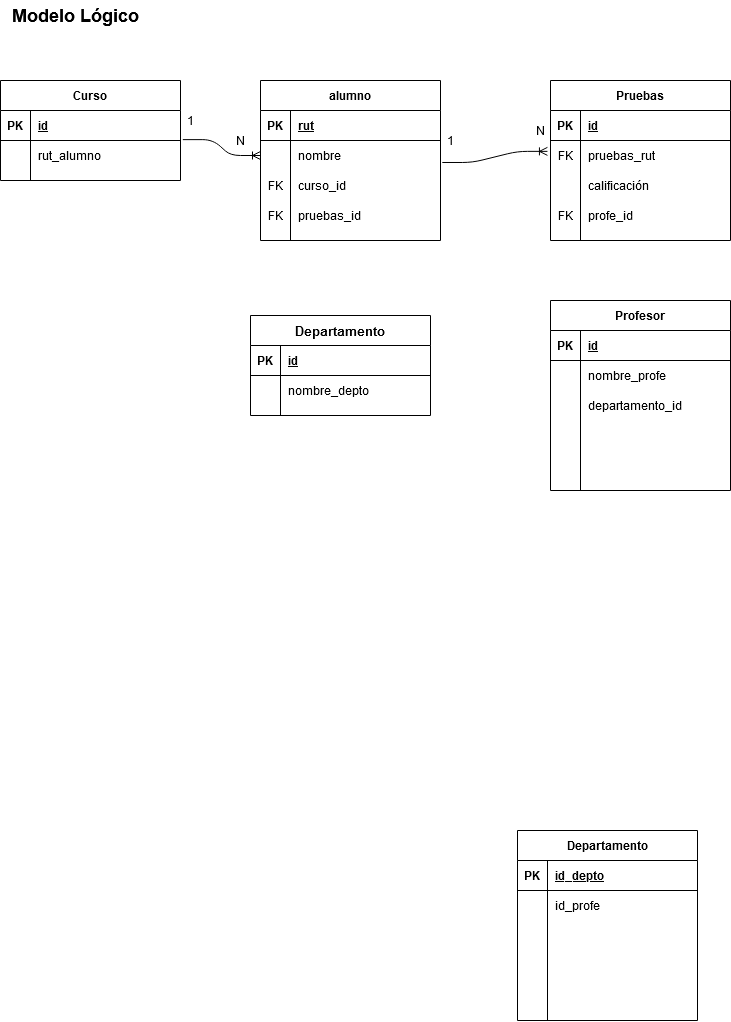
The draw.io diagram Caso2_modelos.png in gilibethvega/modelamiento_de_datos, before a commit. Source tidied: cells renumbered, new cells last; positions are measured from the earlier drawing's top-left corner, leaving out a move shared by most shapes.
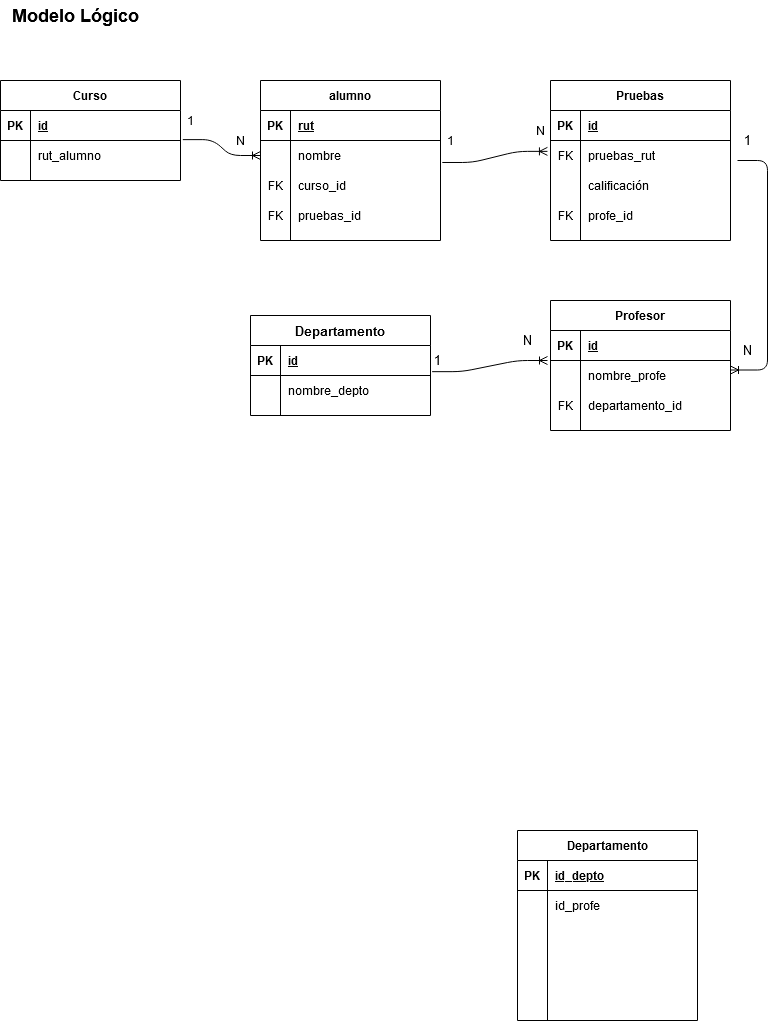
After the change.

Change to the diagram source:
```diff
@@ -81,7 +81,7 @@
       <mxGeometry x="30" width="150" height="30" as="geometry" />
     </mxCell>
     <mxCell id="28" value="Profesor" style="shape=table;startSize=30;rowLines=0;fontStyle=1;align=center;" parent="1" vertex="1">
-      <mxGeometry x="550" y="300" width="180" height="190" as="geometry" />
+      <mxGeometry x="550" y="300" width="180" height="130" as="geometry" />
     </mxCell>
     <mxCell id="29" style="shape=partialRectangle;fillColor=none;top=0;left=0;bottom=1;right=0;" parent="28" vertex="1">
       <mxGeometry y="30" width="180" height="30" as="geometry" />
@@ -104,30 +104,12 @@
     <mxCell id="35" style="shape=partialRectangle;fillColor=none;top=0;left=0;bottom=0;right=0;" parent="28" vertex="1">
       <mxGeometry y="90" width="180" height="30" as="geometry" />
     </mxCell>
-    <mxCell id="36" style="shape=partialRectangle;fillColor=none;top=0;left=0;bottom=0;right=0;overflow=hidden;" parent="35" vertex="1">
+    <mxCell id="36" value="FK" style="shape=partialRectangle;fillColor=none;top=0;left=0;bottom=0;right=0;overflow=hidden;" parent="35" vertex="1">
       <mxGeometry width="30" height="30" as="geometry" />
     </mxCell>
     <mxCell id="37" value="departamento_id" style="shape=partialRectangle;fillColor=none;top=0;left=0;bottom=0;right=0;align=left;spacingLeft=6;overflow=hidden;" parent="35" vertex="1">
       <mxGeometry x="30" width="150" height="30" as="geometry" />
     </mxCell>
-    <mxCell id="38" style="shape=partialRectangle;fillColor=none;top=0;left=0;bottom=0;right=0;" parent="28" vertex="1">
-      <mxGeometry y="120" width="180" height="30" as="geometry" />
-    </mxCell>
-    <mxCell id="39" style="shape=partialRectangle;fillColor=none;top=0;left=0;bottom=0;right=0;fontStyle=0;overflow=hidden;" parent="38" vertex="1">
-      <mxGeometry width="30" height="30" as="geometry" />
-    </mxCell>
-    <mxCell id="40" style="shape=partialRectangle;fillColor=none;top=0;left=0;bottom=0;right=0;align=left;spacingLeft=6;fontStyle=0;overflow=hidden;" parent="38" vertex="1">
-      <mxGeometry x="30" width="150" height="30" as="geometry" />
-    </mxCell>
-    <mxCell id="41" style="shape=partialRectangle;fillColor=none;top=0;left=0;bottom=0;right=0;" parent="28" vertex="1">
-      <mxGeometry y="150" width="180" height="30" as="geometry" />
-    </mxCell>
-    <mxCell id="42" style="shape=partialRectangle;fillColor=none;top=0;left=0;bottom=0;right=0;overflow=hidden;" parent="41" vertex="1">
-      <mxGeometry width="30" height="30" as="geometry" />
-    </mxCell>
-    <mxCell id="43" style="shape=partialRectangle;fillColor=none;top=0;left=0;bottom=0;right=0;align=left;spacingLeft=6;overflow=hidden;" parent="41" vertex="1">
-      <mxGeometry x="30" width="150" height="30" as="geometry" />
-    </mxCell>
     <mxCell id="44" value="Curso" style="shape=table;startSize=30;rowLines=0;fontStyle=1;align=center;" parent="1" vertex="1">
       <mxGeometry y="80" width="180" height="100" as="geometry" />
     </mxCell>
@@ -241,5 +223,27 @@
     <mxCell id="80" value="nombre_depto" style="shape=partialRectangle;fillColor=none;top=0;left=0;bottom=0;right=0;align=left;spacingLeft=6;overflow=hidden;" parent="78" vertex="1">
       <mxGeometry x="30" width="150" height="30" as="geometry" />
     </mxCell>
+    <mxCell id="81" style="edgeStyle=entityRelationEdgeStyle;fontSize=12;html=1;endArrow=ERoneToMany;entryX=1;entryY=0.317;entryDx=0;entryDy=0;entryPerimeter=0;" parent="1" edge="1" target="32">
+      <mxGeometry relative="1" as="geometry">
+        <mxPoint x="737" y="160" as="sourcePoint" />
+      </mxGeometry>
+    </mxCell>
+    <mxCell id="82" value="1" style="text;html=1;align=center;verticalAlign=middle;fontSize=13;" parent="1" vertex="1">
+      <mxGeometry x="737" y="130" width="20" height="20" as="geometry" />
+    </mxCell>
+    <mxCell id="83" value="N" style="text;html=1;align=center;verticalAlign=middle;fontSize=13;" parent="1" vertex="1">
+      <mxGeometry x="732" y="340" width="30" height="20" as="geometry" />
+    </mxCell>
+    <mxCell id="84" style="edgeStyle=entityRelationEdgeStyle;fontSize=12;html=1;endArrow=ERoneToMany;exitX=1.009;exitY=0.872;exitDx=0;exitDy=0;exitPerimeter=0;" parent="1" edge="1" source="75">
+      <mxGeometry relative="1" as="geometry">
+        <mxPoint x="547" y="360" as="targetPoint" />
+      </mxGeometry>
+    </mxCell>
+    <mxCell id="85" value="1" style="text;html=1;align=center;verticalAlign=middle;fontSize=13;" parent="1" vertex="1">
+      <mxGeometry x="427" y="350" width="20" height="20" as="geometry" />
+    </mxCell>
+    <mxCell id="86" value="N" style="text;html=1;align=center;verticalAlign=middle;fontSize=13;" parent="1" vertex="1">
+      <mxGeometry x="512" y="330" width="30" height="20" as="geometry" />
+    </mxCell>
   </root>
 </mxGraphModel>
```
